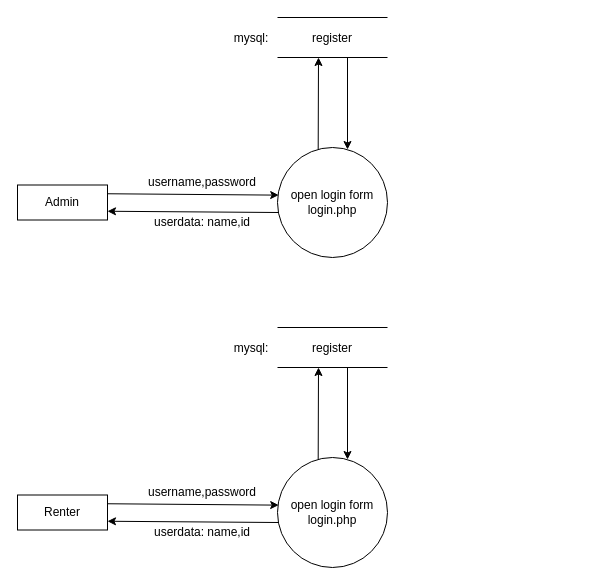
This is physical_dfd_final.drawio from aashu-kattel/Sys.-Analysis-Design, a draw.io file, before an edit. Source tidied: cells renumbered, new cells numbered last; positions are measured from the earlier drawing's top-left corner, leaving out a move shared by most shapes. Both pictures are drawn from the tidied source at 100%, with x=0, y=0 at pixel (17, 17).
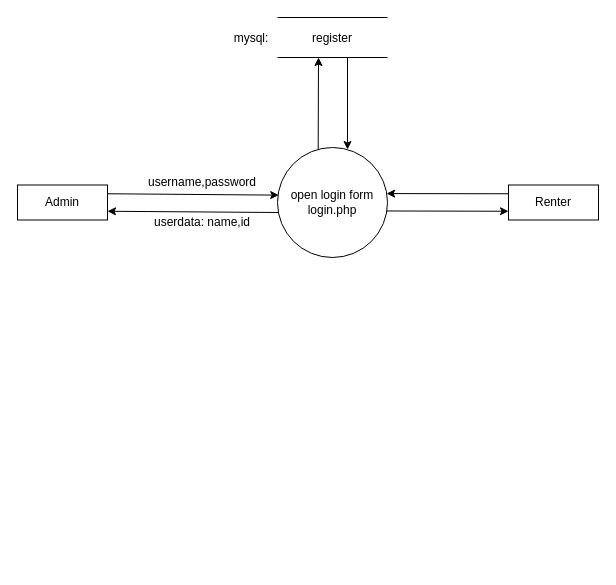
After the change.

The change refers to these unchanged cells:
```xml
<mxCell id="3" value="open login form&lt;br&gt;login.php" style="ellipse;whiteSpace=wrap;html=1;" parent="1" vertex="1">
  <mxGeometry x="260" y="130" width="110" height="110" as="geometry" />
</mxCell>
```

What changed in the source:
```diff
@@
     <mxCell id="14" value="Renter" style="rounded=0;whiteSpace=wrap;html=1;" parent="1" vertex="1">
-      <mxGeometry y="477.5" width="90" height="35" as="geometry" />
+      <mxGeometry x="491" y="167.5" width="90" height="35" as="geometry" />
     </mxCell>
-    <mxCell id="15" value="open login form&lt;br&gt;login.php" style="ellipse;whiteSpace=wrap;html=1;" parent="1" vertex="1">
-      <mxGeometry x="260" y="440" width="110" height="110" as="geometry" />
-    </mxCell>
-    <mxCell id="16" style="endArrow=none;html=1;rounded=0;" parent="1" edge="1">
-      <mxGeometry relative="1" as="geometry">
-        <mxPoint x="260" y="310" as="sourcePoint" />
-        <mxPoint x="370" y="310" as="targetPoint" />
-      </mxGeometry>
-    </mxCell>
-    <mxCell id="17" style="endArrow=none;html=1;rounded=0;" parent="1" edge="1">
-      <mxGeometry relative="1" as="geometry">
-        <mxPoint x="260" y="350" as="sourcePoint" />
-        <mxPoint x="370" y="350" as="targetPoint" />
-      </mxGeometry>
-    </mxCell>
-    <mxCell id="18" style="endArrow=classic;html=1;rounded=0;exitX=1;exitY=0.25;exitDx=0;exitDy=0;entryX=0.011;entryY=0.433;entryDx=0;entryDy=0;entryPerimeter=0;" parent="1" edge="1" source="14" target="15">
+    <mxCell id="18" style="endArrow=classic;html=1;rounded=0;exitX=0;exitY=0.25;exitDx=0;exitDy=0;entryX=0.992;entryY=0.419;entryDx=0;entryDy=0;entryPerimeter=0;" parent="1" edge="1" source="14" target="3">
       <mxGeometry relative="1" as="geometry" />
     </mxCell>
-    <mxCell id="19" style="endArrow=classic;html=1;rounded=0;exitX=0.013;exitY=0.591;exitDx=0;exitDy=0;entryX=1;entryY=0.75;entryDx=0;entryDy=0;exitPerimeter=0;" parent="1" edge="1" source="15" target="14">
+    <mxCell id="19" style="endArrow=classic;html=1;rounded=0;entryX=0;entryY=0.75;entryDx=0;entryDy=0;exitX=0.995;exitY=0.577;exitDx=0;exitDy=0;exitPerimeter=0;" parent="1" edge="1" source="3" target="14">
       <mxGeometry relative="1" as="geometry" />
     </mxCell>
-    <mxCell id="20" style="endArrow=classic;html=1;rounded=0;exitX=0.343;exitY=0.017;exitDx=0;exitDy=0;exitPerimeter=0;" parent="1" edge="1">
-      <mxGeometry relative="1" as="geometry">
-        <mxPoint x="300.7" y="441.9" as="sourcePoint" />
-        <mxPoint x="301" y="350" as="targetPoint" />
-      </mxGeometry>
-    </mxCell>
-    <mxCell id="21" style="endArrow=classic;html=1;rounded=0;exitX=0.343;exitY=0.017;exitDx=0;exitDy=0;exitPerimeter=0;" parent="1" edge="1">
-      <mxGeometry relative="1" as="geometry">
-        <mxPoint x="330" y="350" as="sourcePoint" />
-        <mxPoint x="330" y="442" as="targetPoint" />
-      </mxGeometry>
-    </mxCell>
-    <mxCell id="22" value="username,password" style="text;html=1;strokeColor=none;fillColor=none;align=center;verticalAlign=middle;whiteSpace=wrap;rounded=0;" parent="1" vertex="1">
-      <mxGeometry x="130" y="460" width="110" height="30" as="geometry" />
-    </mxCell>
-    <mxCell id="23" value="userdata: name,id" style="text;html=1;strokeColor=none;fillColor=none;align=center;verticalAlign=middle;whiteSpace=wrap;rounded=0;" parent="1" vertex="1">
-      <mxGeometry x="130" y="500" width="110" height="30" as="geometry" />
-    </mxCell>
-    <mxCell id="24" value="mysql:" style="text;html=1;strokeColor=none;fillColor=none;align=center;verticalAlign=middle;whiteSpace=wrap;rounded=0;" parent="1" vertex="1">
-      <mxGeometry x="204" y="316" width="60" height="30" as="geometry" />
-    </mxCell>
-    <mxCell id="25" value="register" style="text;html=1;strokeColor=none;fillColor=none;align=center;verticalAlign=middle;whiteSpace=wrap;rounded=0;" parent="1" vertex="1">
-      <mxGeometry x="285" y="316" width="60" height="30" as="geometry" />
-    </mxCell>
```
